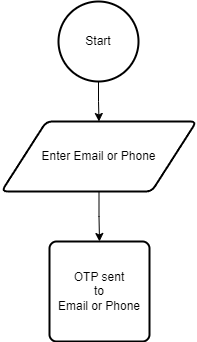
Above: OTP Auth Workflow.drawio.png in jlauza/antcode (draw.io), before the change. Source tidied: cells renumbered, new cells last; positions are measured from the earlier drawing's top-left corner, leaving out a move shared by most shapes. Source of this version:
```xml
<mxGraphModel>
  <root>
    <mxCell id="0" />
    <mxCell id="1" parent="0" />
    <mxCell id="2" style="edgeStyle=orthogonalEdgeStyle;rounded=0;jettySize=auto;html=1;" parent="1" edge="1" source="3" target="5">
      <mxGeometry relative="1" as="geometry" />
    </mxCell>
    <mxCell id="3" value="Start" style="strokeWidth=2;html=1;shape=mxgraph.flowchart.start_2;whiteSpace=wrap;" parent="1" vertex="1">
      <mxGeometry x="57" width="80" height="80" as="geometry" />
    </mxCell>
    <mxCell id="4" style="edgeStyle=orthogonalEdgeStyle;rounded=0;jettySize=auto;html=1;" parent="1" edge="1" source="5" target="6">
      <mxGeometry relative="1" as="geometry" />
    </mxCell>
    <mxCell id="5" value="Enter Email or Phone" style="shape=parallelogram;html=1;strokeWidth=2;perimeter=parallelogramPerimeter;whiteSpace=wrap;rounded=1;arcSize=12;size=0.23;" parent="1" vertex="1">
      <mxGeometry y="120" width="195" height="70" as="geometry" />
    </mxCell>
    <mxCell id="6" value="OTP sent&lt;div&gt;to&lt;/div&gt;&lt;div&gt;Email or Phone&lt;/div&gt;" style="rounded=1;whiteSpace=wrap;html=1;absoluteArcSize=1;arcSize=14;strokeWidth=2;" parent="1" vertex="1">
      <mxGeometry x="48" y="240" width="100" height="100" as="geometry" />
    </mxCell>
  </root>
</mxGraphModel>
```
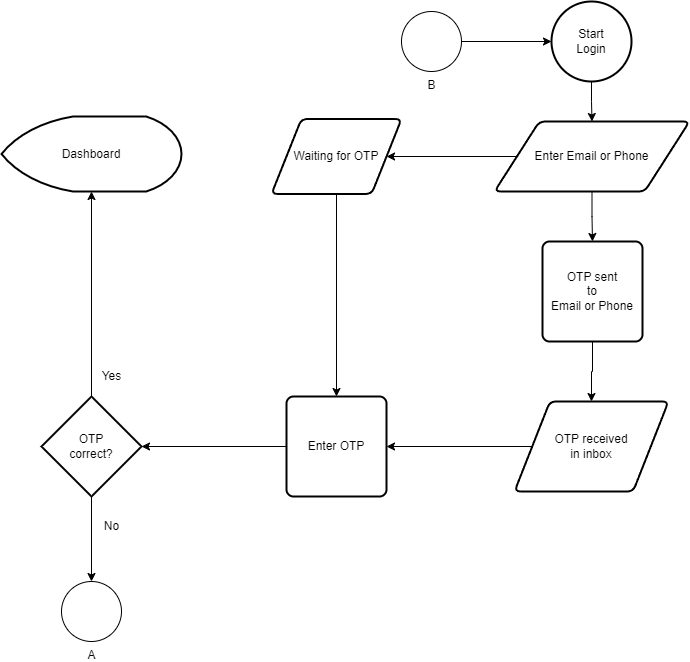
After the change.

Change to the diagram source:
```diff
@@ -5,17 +5,68 @@
     <mxCell id="2" style="edgeStyle=orthogonalEdgeStyle;rounded=0;jettySize=auto;html=1;" parent="1" edge="1" source="3" target="5">
       <mxGeometry relative="1" as="geometry" />
     </mxCell>
-    <mxCell id="3" value="Start" style="strokeWidth=2;html=1;shape=mxgraph.flowchart.start_2;whiteSpace=wrap;" parent="1" vertex="1">
+    <mxCell id="3" value="Start&lt;div&gt;Login&lt;/div&gt;" style="strokeWidth=2;html=1;shape=mxgraph.flowchart.start_2;whiteSpace=wrap;" parent="1" vertex="1">
       <mxGeometry x="57" width="80" height="80" as="geometry" />
     </mxCell>
     <mxCell id="4" style="edgeStyle=orthogonalEdgeStyle;rounded=0;jettySize=auto;html=1;" parent="1" edge="1" source="5" target="6">
       <mxGeometry relative="1" as="geometry" />
     </mxCell>
+    <mxCell id="7" style="edgeStyle=orthogonalEdgeStyle;rounded=0;jettySize=auto;html=1;" parent="1" edge="1" source="5" target="12">
+      <mxGeometry relative="1" as="geometry" />
+    </mxCell>
     <mxCell id="5" value="Enter Email or Phone" style="shape=parallelogram;html=1;strokeWidth=2;perimeter=parallelogramPerimeter;whiteSpace=wrap;rounded=1;arcSize=12;size=0.23;" parent="1" vertex="1">
       <mxGeometry y="120" width="195" height="70" as="geometry" />
     </mxCell>
+    <mxCell id="8" style="edgeStyle=orthogonalEdgeStyle;rounded=0;jettySize=auto;html=1;" parent="1" edge="1" source="6" target="10">
+      <mxGeometry relative="1" as="geometry" />
+    </mxCell>
     <mxCell id="6" value="OTP sent&lt;div&gt;to&lt;/div&gt;&lt;div&gt;Email or Phone&lt;/div&gt;" style="rounded=1;whiteSpace=wrap;html=1;absoluteArcSize=1;arcSize=14;strokeWidth=2;" parent="1" vertex="1">
       <mxGeometry x="48" y="240" width="100" height="100" as="geometry" />
     </mxCell>
+    <mxCell id="9" style="edgeStyle=orthogonalEdgeStyle;rounded=0;jettySize=auto;html=1;" parent="1" edge="1" source="10" target="14">
+      <mxGeometry relative="1" as="geometry" />
+    </mxCell>
+    <mxCell id="10" value="OTP received&lt;div&gt;in inbox&lt;/div&gt;" style="shape=parallelogram;html=1;strokeWidth=2;perimeter=parallelogramPerimeter;whiteSpace=wrap;rounded=1;arcSize=12;size=0.23;" parent="1" vertex="1">
+      <mxGeometry x="20" y="400" width="154" height="90" as="geometry" />
+    </mxCell>
+    <mxCell id="11" style="edgeStyle=orthogonalEdgeStyle;rounded=0;jettySize=auto;html=1;" parent="1" edge="1" source="12" target="14">
+      <mxGeometry relative="1" as="geometry" />
+    </mxCell>
+    <mxCell id="12" value="Waiting for OTP" style="shape=parallelogram;html=1;strokeWidth=2;perimeter=parallelogramPerimeter;whiteSpace=wrap;rounded=1;arcSize=12;size=0.23;" parent="1" vertex="1">
+      <mxGeometry x="-223" y="117.5" width="130" height="75" as="geometry" />
+    </mxCell>
+    <mxCell id="13" style="edgeStyle=orthogonalEdgeStyle;rounded=0;jettySize=auto;html=1;" parent="1" edge="1" source="14" target="17">
+      <mxGeometry relative="1" as="geometry" />
+    </mxCell>
+    <mxCell id="14" value="Enter OTP" style="rounded=1;whiteSpace=wrap;html=1;absoluteArcSize=1;arcSize=14;strokeWidth=2;" parent="1" vertex="1">
+      <mxGeometry x="-208" y="395" width="100" height="100" as="geometry" />
+    </mxCell>
+    <mxCell id="15" style="edgeStyle=orthogonalEdgeStyle;rounded=0;jettySize=auto;html=1;" parent="1" edge="1" source="17" target="18">
+      <mxGeometry relative="1" as="geometry" />
+    </mxCell>
+    <mxCell id="16" style="edgeStyle=orthogonalEdgeStyle;rounded=0;jettySize=auto;html=1;" parent="1" edge="1" source="17" target="20">
+      <mxGeometry relative="1" as="geometry" />
+    </mxCell>
+    <mxCell id="17" value="OTP&lt;div&gt;correct?&lt;/div&gt;" style="strokeWidth=2;html=1;shape=mxgraph.flowchart.decision;whiteSpace=wrap;" parent="1" vertex="1">
+      <mxGeometry x="-453" y="395" width="100" height="100" as="geometry" />
+    </mxCell>
+    <mxCell id="18" value="Dashboard" style="strokeWidth=2;html=1;shape=mxgraph.flowchart.display;whiteSpace=wrap;" parent="1" vertex="1">
+      <mxGeometry x="-493" y="115" width="180" height="75" as="geometry" />
+    </mxCell>
+    <mxCell id="19" value="Yes" style="text;html=1;align=center;verticalAlign=middle;strokeColor=none;fillColor=none;" parent="1" vertex="1">
+      <mxGeometry x="-403" y="360" width="40" height="30" as="geometry" />
+    </mxCell>
+    <mxCell id="20" value="A" style="verticalLabelPosition=bottom;verticalAlign=top;html=1;shape=mxgraph.flowchart.on-page_reference;" parent="1" vertex="1">
+      <mxGeometry x="-433" y="580" width="60" height="60" as="geometry" />
+    </mxCell>
+    <mxCell id="21" value="No" style="text;html=1;align=center;verticalAlign=middle;strokeColor=none;fillColor=none;" parent="1" vertex="1">
+      <mxGeometry x="-403" y="510" width="40" height="30" as="geometry" />
+    </mxCell>
+    <mxCell id="22" style="edgeStyle=orthogonalEdgeStyle;rounded=0;jettySize=auto;html=1;" parent="1" edge="1" source="23" target="3">
+      <mxGeometry relative="1" as="geometry" />
+    </mxCell>
+    <mxCell id="23" value="B" style="verticalLabelPosition=bottom;verticalAlign=top;html=1;shape=mxgraph.flowchart.on-page_reference;" parent="1" vertex="1">
+      <mxGeometry x="-93" y="10" width="60" height="60" as="geometry" />
+    </mxCell>
   </root>
 </mxGraphModel>
```
